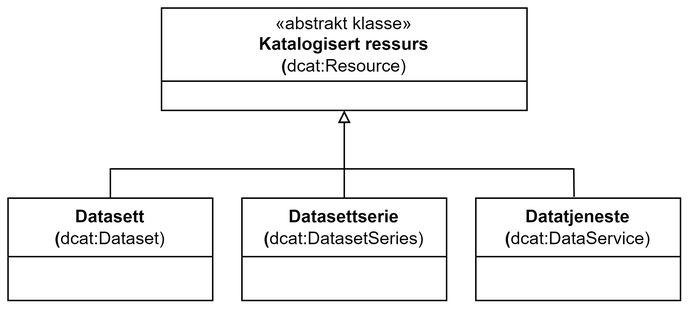
Above: docs/images/Klassen-KatalogisertRessurs.png in Informasjonsforvaltning/dcat-ap-no (draw.io), before the change. Source tidied: cells renumbered, new cells last; positions are measured from the earlier drawing's top-left corner, leaving out a move shared by most shapes. Source of this version:
```xml
<mxGraphModel>
  <root>
    <mxCell id="0" />
    <mxCell id="1" parent="0" />
    <mxCell id="2" value="&lt;span style=&quot;font-weight: normal;&quot;&gt;«abstrakt klasse»&lt;/span&gt;&lt;br&gt;Katalogisert ressurs&lt;br&gt;(&lt;span style=&quot;font-weight: 400;&quot;&gt;dcat:Resource&lt;/span&gt;&lt;span style=&quot;font-weight: normal;&quot;&gt;)&lt;/span&gt;" style="swimlane;whiteSpace=wrap;html=1;startSize=50;" parent="1" vertex="1">
      <mxGeometry x="105" width="250" height="70" as="geometry" />
    </mxCell>
    <mxCell id="3" value="Datasett&lt;br&gt;(&lt;span style=&quot;font-weight: 400;&quot;&gt;dcat:Dataset&lt;/span&gt;&lt;span style=&quot;font-weight: normal;&quot;&gt;)&lt;/span&gt;" style="swimlane;whiteSpace=wrap;html=1;startSize=40;" parent="1" vertex="1">
      <mxGeometry y="130" width="140" height="70" as="geometry" />
    </mxCell>
    <mxCell id="4" value="Datasettserie&lt;br&gt;(&lt;span style=&quot;font-weight: 400;&quot;&gt;dcat:DatasetSeries&lt;/span&gt;&lt;span style=&quot;font-weight: normal;&quot;&gt;)&lt;/span&gt;" style="swimlane;whiteSpace=wrap;html=1;startSize=40;" parent="1" vertex="1">
      <mxGeometry x="160" y="130" width="140" height="70" as="geometry" />
    </mxCell>
    <mxCell id="5" value="Datatjeneste&lt;br&gt;(&lt;span style=&quot;font-weight: 400;&quot;&gt;dcat:DataService&lt;/span&gt;&lt;span style=&quot;font-weight: normal;&quot;&gt;)&lt;/span&gt;" style="swimlane;whiteSpace=wrap;html=1;startSize=40;" parent="1" vertex="1">
      <mxGeometry x="320" y="130" width="140" height="70" as="geometry" />
    </mxCell>
    <mxCell id="6" style="endArrow=block;html=1;rounded=0;exitX=0.5;exitY=0;exitDx=0;exitDy=0;entryX=0.5;entryY=1;entryDx=0;entryDy=0;endFill=0;" parent="1" edge="1" source="3" target="2">
      <mxGeometry relative="1" as="geometry">
        <Array as="points">
          <mxPoint x="70" y="110" />
          <mxPoint x="230" y="110" />
        </Array>
      </mxGeometry>
    </mxCell>
    <mxCell id="7" style="endArrow=block;html=1;rounded=0;exitX=0.5;exitY=0;exitDx=0;exitDy=0;endFill=0;" parent="1" edge="1" source="4">
      <mxGeometry relative="1" as="geometry">
        <mxPoint x="230" y="70" as="targetPoint" />
      </mxGeometry>
    </mxCell>
    <mxCell id="8" style="endArrow=block;html=1;rounded=0;exitX=0.48;exitY=-0.012;exitDx=0;exitDy=0;endFill=0;exitPerimeter=0;entryX=0.5;entryY=1;entryDx=0;entryDy=0;" parent="1" edge="1" source="5" target="2">
      <mxGeometry relative="1" as="geometry">
        <Array as="points">
          <mxPoint x="387" y="110" />
          <mxPoint x="230" y="110" />
        </Array>
      </mxGeometry>
    </mxCell>
  </root>
</mxGraphModel>
```
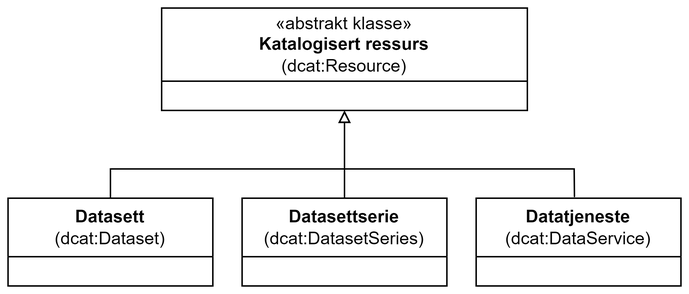
After the change.

Commit message:
Oppdaterer to tegninger

What changed in the source:
```diff
@@ -2,17 +2,17 @@
   <root>
     <mxCell id="0" />
     <mxCell id="1" parent="0" />
-    <mxCell id="2" value="&lt;span style=&quot;font-weight: normal;&quot;&gt;«abstrakt klasse»&lt;/span&gt;&lt;br&gt;Katalogisert ressurs&lt;br&gt;(&lt;span style=&quot;font-weight: 400;&quot;&gt;dcat:Resource&lt;/span&gt;&lt;span style=&quot;font-weight: normal;&quot;&gt;)&lt;/span&gt;" style="swimlane;whiteSpace=wrap;html=1;startSize=50;" parent="1" vertex="1">
+    <mxCell id="2" value="&lt;span style=&quot;font-weight: normal;&quot;&gt;«abstrakt klasse»&lt;/span&gt;&lt;br&gt;Katalogisert ressurs&lt;br&gt;&lt;span style=&quot;font-weight: normal;&quot;&gt;(&lt;/span&gt;&lt;span style=&quot;font-weight: 400;&quot;&gt;dcat:Resource&lt;/span&gt;&lt;span style=&quot;font-weight: normal;&quot;&gt;)&lt;/span&gt;" style="swimlane;whiteSpace=wrap;html=1;startSize=50;" parent="1" vertex="1">
       <mxGeometry x="105" width="250" height="70" as="geometry" />
     </mxCell>
-    <mxCell id="3" value="Datasett&lt;br&gt;(&lt;span style=&quot;font-weight: 400;&quot;&gt;dcat:Dataset&lt;/span&gt;&lt;span style=&quot;font-weight: normal;&quot;&gt;)&lt;/span&gt;" style="swimlane;whiteSpace=wrap;html=1;startSize=40;" parent="1" vertex="1">
-      <mxGeometry y="130" width="140" height="70" as="geometry" />
+    <mxCell id="3" value="Datasett&lt;br&gt;&lt;span style=&quot;font-weight: normal;&quot;&gt;(&lt;/span&gt;&lt;span style=&quot;font-weight: 400;&quot;&gt;dcat:Dataset&lt;/span&gt;&lt;span style=&quot;font-weight: normal;&quot;&gt;)&lt;/span&gt;" style="swimlane;whiteSpace=wrap;html=1;startSize=40;" parent="1" vertex="1">
+      <mxGeometry y="130" width="140" height="60" as="geometry" />
     </mxCell>
-    <mxCell id="4" value="Datasettserie&lt;br&gt;(&lt;span style=&quot;font-weight: 400;&quot;&gt;dcat:DatasetSeries&lt;/span&gt;&lt;span style=&quot;font-weight: normal;&quot;&gt;)&lt;/span&gt;" style="swimlane;whiteSpace=wrap;html=1;startSize=40;" parent="1" vertex="1">
-      <mxGeometry x="160" y="130" width="140" height="70" as="geometry" />
+    <mxCell id="4" value="Datasettserie&lt;br&gt;&lt;span style=&quot;font-weight: normal;&quot;&gt;(&lt;/span&gt;&lt;span style=&quot;font-weight: 400;&quot;&gt;dcat:DatasetSeries&lt;/span&gt;&lt;span style=&quot;font-weight: normal;&quot;&gt;)&lt;/span&gt;" style="swimlane;whiteSpace=wrap;html=1;startSize=40;" parent="1" vertex="1">
+      <mxGeometry x="160" y="130" width="140" height="60" as="geometry" />
     </mxCell>
-    <mxCell id="5" value="Datatjeneste&lt;br&gt;(&lt;span style=&quot;font-weight: 400;&quot;&gt;dcat:DataService&lt;/span&gt;&lt;span style=&quot;font-weight: normal;&quot;&gt;)&lt;/span&gt;" style="swimlane;whiteSpace=wrap;html=1;startSize=40;" parent="1" vertex="1">
-      <mxGeometry x="320" y="130" width="140" height="70" as="geometry" />
+    <mxCell id="5" value="Datatjeneste&lt;br&gt;&lt;span style=&quot;font-weight: normal;&quot;&gt;(&lt;/span&gt;&lt;span style=&quot;font-weight: 400;&quot;&gt;dcat:DataService&lt;/span&gt;&lt;span style=&quot;font-weight: normal;&quot;&gt;)&lt;/span&gt;" style="swimlane;whiteSpace=wrap;html=1;startSize=40;" parent="1" vertex="1">
+      <mxGeometry x="320" y="130" width="140" height="60" as="geometry" />
     </mxCell>
     <mxCell id="6" style="endArrow=block;html=1;rounded=0;exitX=0.5;exitY=0;exitDx=0;exitDy=0;entryX=0.5;entryY=1;entryDx=0;entryDy=0;endFill=0;" parent="1" edge="1" source="3" target="2">
       <mxGeometry relative="1" as="geometry">
```
